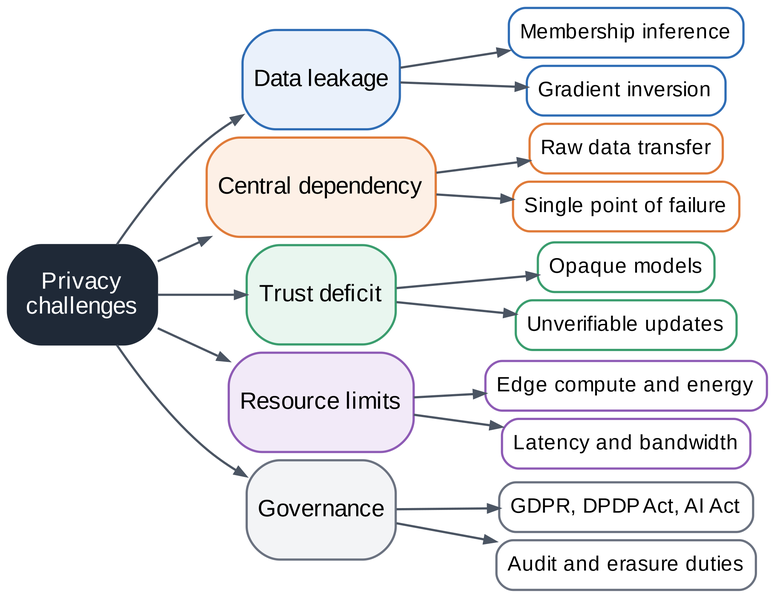
Above: 01_Diagrams/Fig 03 Privacy Challenges in Cloud-Edge Data Science Systems.png in lakshay-chauhan/data-privacy-project (Graphviz), before the change. Its source is kept beside it as 01_Diagrams/dot_sources/Fig 03 Privacy Challenges in Cloud-Edge Data Science Systems.dot.
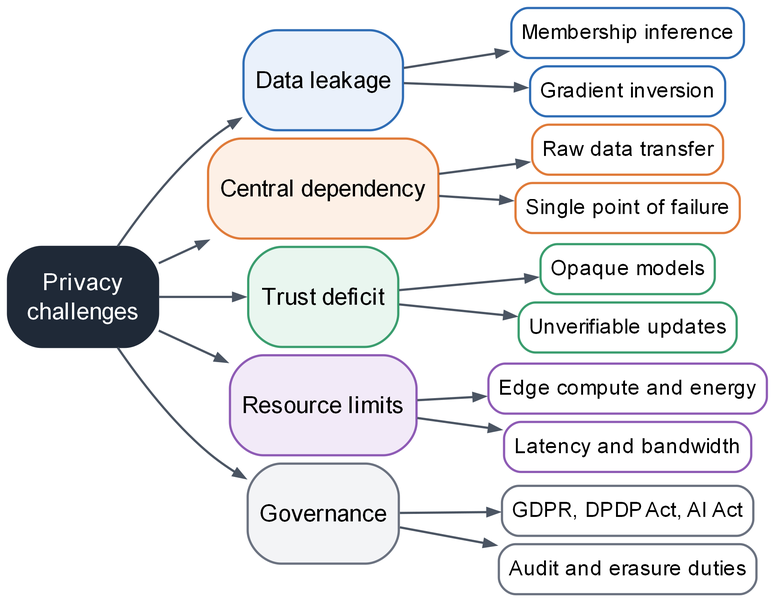
The same diagram one commit later.

Change to the diagram source:
```diff
@@ -1,4 +1,4 @@
-digraph G { graph [fontname="Liberation Sans", fontsize=9, bgcolor="white", pad=0.04, nodesep=0.035, ranksep=0.25, compound=true, size="3.45,8.2", splines=true]; node [shape=box, style="rounded,filled", fontname="Liberation Sans", fontsize=8.5, fillcolor="#EAF1FB", color="#2F6DB5", penwidth=0.8, margin="0.07,0.035"]; edge [color="#4B5563", arrowsize=0.6, penwidth=0.8, fontname="Liberation Sans", fontsize=7.5]; rankdir=LR;
+digraph G { graph [fontname="Arial", fontsize=9, bgcolor="white", pad=0.04, nodesep=0.035, ranksep=0.25, compound=true, size="3.45,8.2", splines=true]; node [shape=box, style="rounded,filled", fontname="Arial", fontsize=8.5, fillcolor="#EAF1FB", color="#2F6DB5", penwidth=0.8, margin="0.07,0.035"]; edge [color="#4B5563", arrowsize=0.6, penwidth=0.8, fontname="Arial", fontsize=7.5]; rankdir=LR;
 root [label="Privacy
 challenges", fillcolor="#1F2937", fontcolor="white", color="#1F2937"];
 g0 [label="Data leakage", fillcolor="#EAF1FB", color="#2F6DB5", margin="0.06,0.025"];
```
